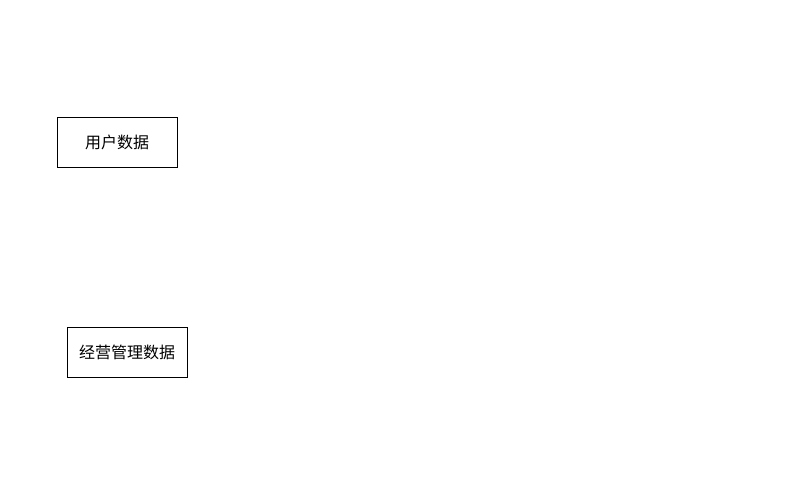
Above: 数仓分类分级.drawio in hongweilv-whu/flowCharts (draw.io), before the change. Source tidied: cells renumbered, new cells numbered last; positions are measured from the earlier drawing's top-left corner, leaving out a move shared by most shapes. Both pictures are drawn from the tidied source at 100%, with x=0, y=0 at pixel (57, 117).
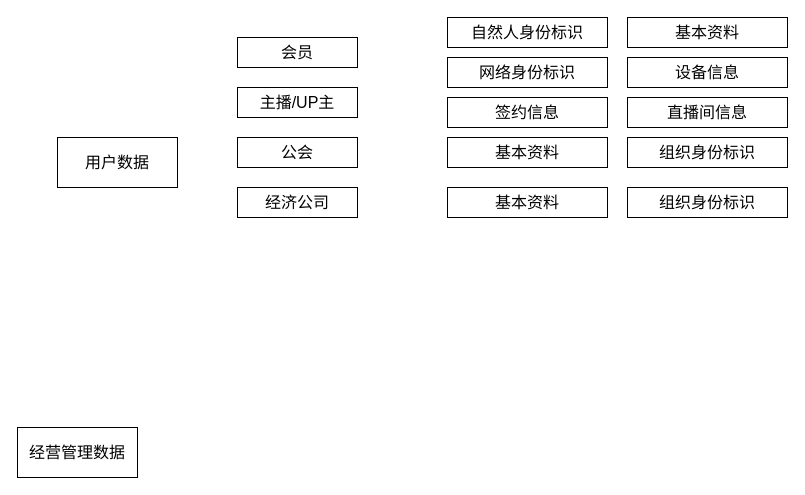
After the change.

Commit message (it also covers changes not shown here):
更新数仓分类分级.drawio

Change to the diagram source:
```diff
@@
 <mxGraphModel>
   <root>
     <mxCell id="0" />
     <mxCell id="1" parent="0" />
     <mxCell id="2" value="&lt;font style=&quot;font-size: 16px&quot;&gt;经营管理数据&lt;/font&gt;" style="rounded=0;whiteSpace=wrap;html=1;" parent="1" vertex="1">
-      <mxGeometry x="10" y="210" width="120" height="50" as="geometry" />
+      <mxGeometry x="-40" y="310" width="120" height="50" as="geometry" />
     </mxCell>
     <mxCell id="3" value="&lt;font style=&quot;font-size: 16px&quot;&gt;用户数据&lt;/font&gt;" style="rounded=0;whiteSpace=wrap;html=1;" parent="1" vertex="1">
-      <mxGeometry width="120" height="50" as="geometry" />
+      <mxGeometry y="20" width="120" height="50" as="geometry" />
     </mxCell>
+    <mxCell id="4" value="&lt;font style=&quot;font-size: 16px&quot;&gt;会员&lt;br&gt;&lt;/font&gt;" style="rounded=0;whiteSpace=wrap;html=1;" parent="1" vertex="1">
+      <mxGeometry x="180" y="-80" width="120" height="30" as="geometry" />
+    </mxCell>
+    <mxCell id="5" value="&lt;font style=&quot;font-size: 16px&quot;&gt;主播/UP主&lt;br&gt;&lt;/font&gt;" style="rounded=0;whiteSpace=wrap;html=1;" parent="1" vertex="1">
+      <mxGeometry x="180" y="-30" width="120" height="30" as="geometry" />
+    </mxCell>
+    <mxCell id="6" value="&lt;font style=&quot;font-size: 16px&quot;&gt;公会&lt;br&gt;&lt;/font&gt;" style="rounded=0;whiteSpace=wrap;html=1;" parent="1" vertex="1">
+      <mxGeometry x="180" y="20" width="120" height="30" as="geometry" />
+    </mxCell>
+    <mxCell id="7" value="&lt;font style=&quot;font-size: 16px&quot;&gt;经济公司&lt;br&gt;&lt;/font&gt;" style="rounded=0;whiteSpace=wrap;html=1;" parent="1" vertex="1">
+      <mxGeometry x="180" y="70" width="120" height="30" as="geometry" />
+    </mxCell>
+    <mxCell id="8" value="&lt;font style=&quot;font-size: 16px&quot;&gt;自然人身份标识&lt;br&gt;&lt;/font&gt;" style="rounded=0;whiteSpace=wrap;html=1;" parent="1" vertex="1">
+      <mxGeometry x="390" y="-100" width="160" height="30" as="geometry" />
+    </mxCell>
+    <mxCell id="9" value="&lt;font style=&quot;font-size: 16px&quot;&gt;基本资料&lt;br&gt;&lt;/font&gt;" style="rounded=0;whiteSpace=wrap;html=1;" parent="1" vertex="1">
+      <mxGeometry x="570" y="-100" width="160" height="30" as="geometry" />
+    </mxCell>
+    <mxCell id="10" value="&lt;font style=&quot;font-size: 16px&quot;&gt;网络身份标识&lt;br&gt;&lt;/font&gt;" style="rounded=0;whiteSpace=wrap;html=1;" parent="1" vertex="1">
+      <mxGeometry x="390" y="-60" width="160" height="30" as="geometry" />
+    </mxCell>
+    <mxCell id="11" value="&lt;font style=&quot;font-size: 16px&quot;&gt;设备信息&lt;br&gt;&lt;/font&gt;" style="rounded=0;whiteSpace=wrap;html=1;" parent="1" vertex="1">
+      <mxGeometry x="570" y="-60" width="160" height="30" as="geometry" />
+    </mxCell>
+    <mxCell id="12" value="&lt;font style=&quot;font-size: 16px&quot;&gt;签约信息&lt;br&gt;&lt;/font&gt;" style="rounded=0;whiteSpace=wrap;html=1;" parent="1" vertex="1">
+      <mxGeometry x="390" y="-20" width="160" height="30" as="geometry" />
+    </mxCell>
+    <mxCell id="13" value="&lt;font style=&quot;font-size: 16px&quot;&gt;直播间信息&lt;br&gt;&lt;/font&gt;" style="rounded=0;whiteSpace=wrap;html=1;" parent="1" vertex="1">
+      <mxGeometry x="570" y="-20" width="160" height="30" as="geometry" />
+    </mxCell>
+    <mxCell id="14" value="&lt;font style=&quot;font-size: 16px&quot;&gt;基本资料&lt;br&gt;&lt;/font&gt;" style="rounded=0;whiteSpace=wrap;html=1;" parent="1" vertex="1">
+      <mxGeometry x="390" y="20" width="160" height="30" as="geometry" />
+    </mxCell>
+    <mxCell id="15" value="&lt;font style=&quot;font-size: 16px&quot;&gt;组织身份标识&lt;br&gt;&lt;/font&gt;" style="rounded=0;whiteSpace=wrap;html=1;" parent="1" vertex="1">
+      <mxGeometry x="570" y="20" width="160" height="30" as="geometry" />
+    </mxCell>
+    <mxCell id="16" value="&lt;font style=&quot;font-size: 16px&quot;&gt;基本资料&lt;br&gt;&lt;/font&gt;" style="rounded=0;whiteSpace=wrap;html=1;" parent="1" vertex="1">
+      <mxGeometry x="390" y="70" width="160" height="30" as="geometry" />
+    </mxCell>
+    <mxCell id="17" value="&lt;font style=&quot;font-size: 16px&quot;&gt;组织身份标识&lt;br&gt;&lt;/font&gt;" style="rounded=0;whiteSpace=wrap;html=1;" parent="1" vertex="1">
+      <mxGeometry x="570" y="70" width="160" height="30" as="geometry" />
+    </mxCell>
   </root>
 </mxGraphModel>
```
